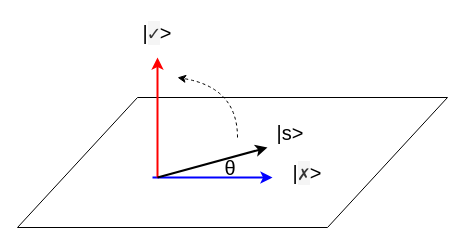
Before: grover2.drawio in derwind/draw.io, a draw.io diagram. Source tidied: cells renumbered, new cells numbered last; positions are measured from the earlier drawing's top-left corner, leaving out a move shared by most shapes. Both pictures are drawn from the tidied source at 100%, with x=0, y=0 at pixel (17, 17).
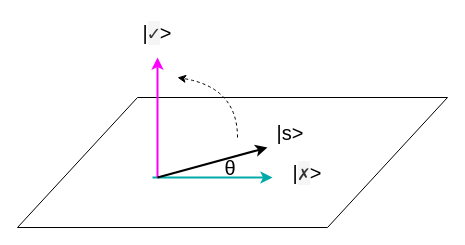
Above is the later version.

Change to the diagram source:
```diff
@@
 <mxGraphModel>
   <root>
     <mxCell id="0" />
     <mxCell id="1" parent="0" />
     <mxCell id="2" style="shape=parallelogram;perimeter=parallelogramPerimeter;whiteSpace=wrap;html=1;fixedSize=1;size=120;" parent="1" vertex="1">
       <mxGeometry y="80" width="430" height="130" as="geometry" />
     </mxCell>
-    <mxCell id="3" style="endArrow=classic;html=1;rounded=0;strokeWidth=2;strokeColor=#0000ff;" parent="1" edge="1">
+    <mxCell id="3" style="endArrow=classic;html=1;rounded=0;strokeWidth=2;strokeColor=#00aaaa;" parent="1" edge="1">
       <mxGeometry relative="1" as="geometry">
         <mxPoint x="135" y="160" as="sourcePoint" />
         <mxPoint x="255" y="160" as="targetPoint" />
       </mxGeometry>
     </mxCell>
-    <mxCell id="4" style="endArrow=classic;html=1;rounded=0;strokeWidth=2;strokeColor=#ff0000;" parent="1" edge="1">
+    <mxCell id="4" style="endArrow=classic;html=1;rounded=0;strokeWidth=2;strokeColor=#FF00ff;" parent="1" edge="1">
       <mxGeometry relative="1" as="geometry">
         <mxPoint x="140" y="160" as="sourcePoint" />
         <mxPoint x="140" y="40" as="targetPoint" />
       </mxGeometry>
     </mxCell>
     <mxCell id="5" value="&lt;font style=&quot;font-size: 20px;&quot;&gt;|&lt;span style=&quot;background-color: rgb(245, 245, 245); color: rgb(51, 51, 51); font-family: RictyDiminished-Regular, Menlo, Monaco, &amp;quot;Courier New&amp;quot;, monospace, Menlo, Monaco, &amp;quot;Courier New&amp;quot;, monospace;&quot;&gt;✓&lt;/span&gt;&lt;span style=&quot;background-color: initial;&quot;&gt;&amp;gt;&lt;/span&gt;&lt;/font&gt;" style="text;html=1;strokeColor=none;fillColor=none;align=center;verticalAlign=middle;whiteSpace=wrap;rounded=0;" parent="1" vertex="1">
       <mxGeometry x="110" width="60" height="30" as="geometry" />
     </mxCell>
     <mxCell id="6" value="&lt;font style=&quot;font-size: 20px;&quot;&gt;&lt;font style=&quot;font-size: 20px;&quot;&gt;|&lt;span style=&quot;background-color: rgb(245, 245, 245); color: rgb(51, 51, 51); font-family: RictyDiminished-Regular, Menlo, Monaco, &amp;quot;Courier New&amp;quot;, monospace, Menlo, Monaco, &amp;quot;Courier New&amp;quot;, monospace;&quot;&gt;✗&lt;/span&gt;&lt;/font&gt;&lt;span style=&quot;background-color: initial;&quot;&gt;&amp;gt;&lt;/span&gt;&lt;/font&gt;" style="text;html=1;strokeColor=none;fillColor=none;align=center;verticalAlign=middle;whiteSpace=wrap;rounded=0;" parent="1" vertex="1">
       <mxGeometry x="260" y="140" width="60" height="30" as="geometry" />
     </mxCell>
     <mxCell id="7" style="endArrow=classic;html=1;rounded=0;strokeWidth=2;strokeColor=#000000;" parent="1" edge="1">
       <mxGeometry relative="1" as="geometry">
         <mxPoint x="140" y="160" as="sourcePoint" />
         <mxPoint x="250" y="130" as="targetPoint" />
       </mxGeometry>
     </mxCell>
     <mxCell id="8" value="θ" style="text;html=1;strokeColor=none;fillColor=none;align=center;verticalAlign=middle;whiteSpace=wrap;rounded=0;fontSize=20;" parent="1" vertex="1">
       <mxGeometry x="183" y="135" width="60" height="30" as="geometry" />
     </mxCell>
     <mxCell id="9" value="|s&amp;gt;" style="text;html=1;strokeColor=none;fillColor=none;align=center;verticalAlign=middle;whiteSpace=wrap;rounded=0;fontSize=20;" parent="1" vertex="1">
       <mxGeometry x="243" y="100" width="60" height="30" as="geometry" />
     </mxCell>
     <mxCell id="10" style="endArrow=classic;html=1;fontSize=20;strokeColor=#000000;strokeWidth=1;curved=1;dashed=1;" parent="1" edge="1">
       <mxGeometry relative="1" as="geometry">
         <mxPoint x="220" y="120" as="sourcePoint" />
         <mxPoint x="160" y="60" as="targetPoint" />
         <Array as="points">
           <mxPoint x="220" y="70" />
         </Array>
       </mxGeometry>
     </mxCell>
   </root>
 </mxGraphModel>
```
